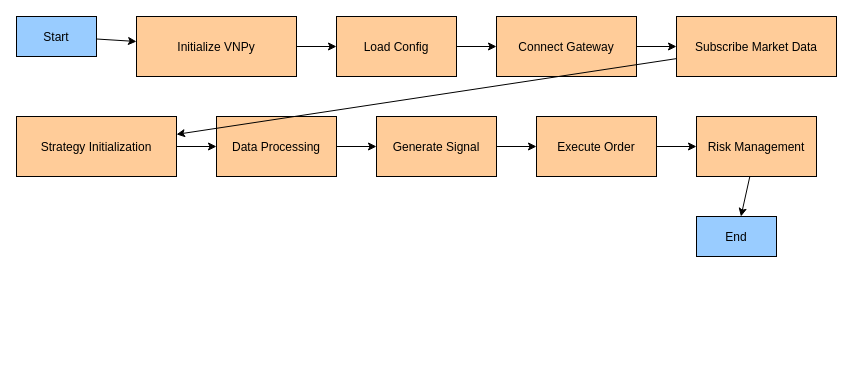
The draw.io diagram 交易流程.drawio in lwkjob/MyGrowth, before the edit. Source tidied: cells renumbered, new cells numbered last; positions are measured from the earlier drawing's top-left corner, leaving out a move shared by most shapes. Both pictures are drawn from the tidied source at 100%, with x=0, y=0 at pixel (16, 16).
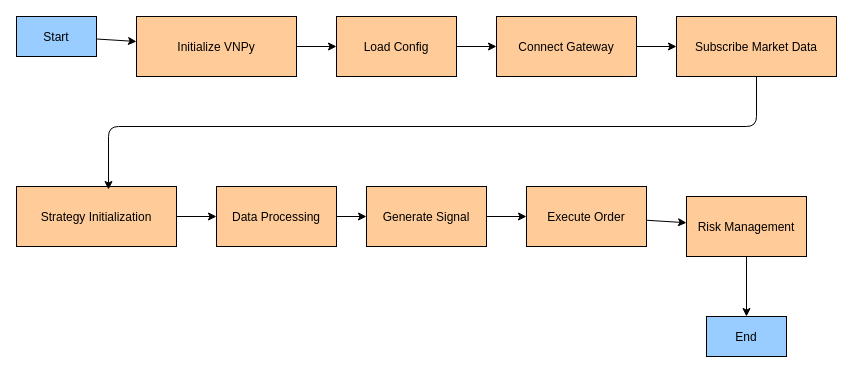
The same diagram, later.

Commit message:
更新交易流程.drawio

Unchanged cells that the change refers to:
```xml
<mxCell id="6" value="Subscribe Market Data" style="process;fillColor=#ffcc99;" parent="1" vertex="1">
  <mxGeometry x="660" width="160" height="60" as="geometry" />
</mxCell>
```

Diff of the diagram source:
```diff
@@
     <mxCell id="7" value="Strategy Initialization" style="process;fillColor=#ffcc99;" parent="1" vertex="1">
-      <mxGeometry y="100" width="160" height="60" as="geometry" />
+      <mxGeometry y="170" width="160" height="60" as="geometry" />
     </mxCell>
     <mxCell id="8" value="Data Processing" style="process;fillColor=#ffcc99;" parent="1" vertex="1">
-      <mxGeometry x="200" y="100" width="120" height="60" as="geometry" />
+      <mxGeometry x="200" y="170" width="120" height="60" as="geometry" />
     </mxCell>
     <mxCell id="9" value="Generate Signal" style="process;fillColor=#ffcc99;" parent="1" vertex="1">
-      <mxGeometry x="360" y="100" width="120" height="60" as="geometry" />
+      <mxGeometry x="350" y="170" width="120" height="60" as="geometry" />
     </mxCell>
     <mxCell id="10" value="Execute Order" style="process;fillColor=#ffcc99;" parent="1" vertex="1">
-      <mxGeometry x="520" y="100" width="120" height="60" as="geometry" />
+      <mxGeometry x="510" y="170" width="120" height="60" as="geometry" />
     </mxCell>
     <mxCell id="11" value="Risk Management" style="process;fillColor=#ffcc99;" parent="1" vertex="1">
-      <mxGeometry x="680" y="100" width="120" height="60" as="geometry" />
+      <mxGeometry x="670" y="180" width="120" height="60" as="geometry" />
     </mxCell>
     <mxCell id="12" value="End" style="end;fillColor=#99ccff;" parent="1" vertex="1">
-      <mxGeometry x="680" y="200" width="80" height="40" as="geometry" />
+      <mxGeometry x="690" y="300" width="80" height="40" as="geometry" />
     </mxCell>
@@
-    <mxCell id="17" style="endArrow=classic;html=1;" parent="1" edge="1" source="6" target="7">
-      <mxGeometry relative="1" as="geometry" />
+    <mxCell id="17" style="endArrow=classic;html=1;exitX=0.5;exitY=1;exitDx=0;exitDy=0;entryX=0.575;entryY=0.05;entryDx=0;entryDy=0;entryPerimeter=0;" parent="1" edge="1" source="6" target="7">
+      <mxGeometry relative="1" as="geometry">
+        <Array as="points">
+          <mxPoint x="740" y="110" />
+          <mxPoint x="92" y="110" />
+        </Array>
+      </mxGeometry>
     </mxCell>
```
